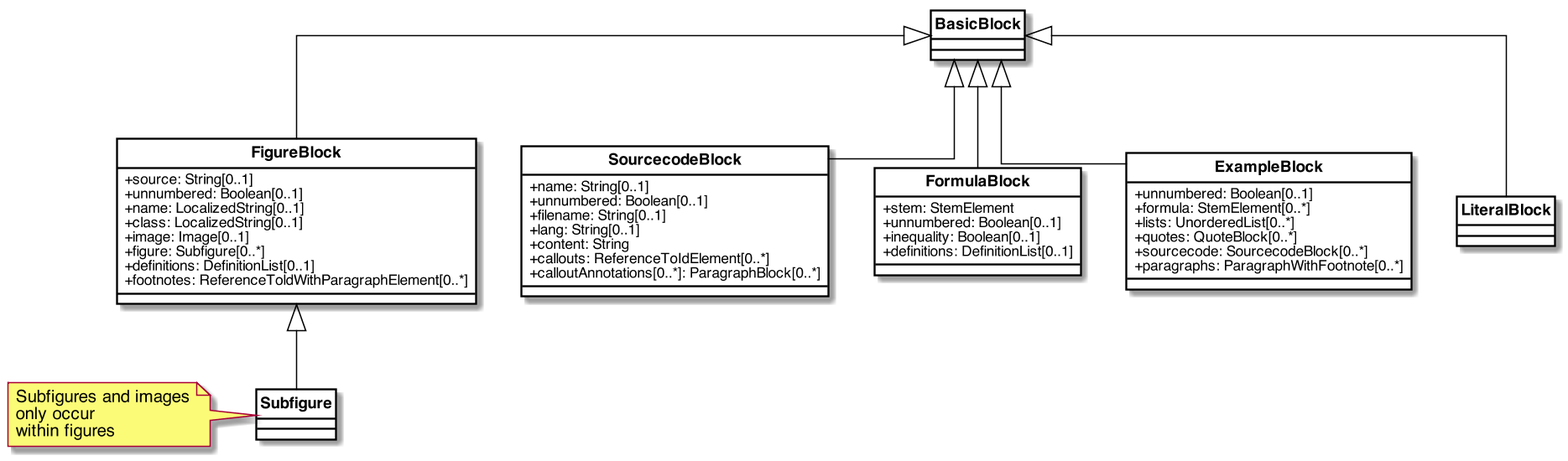
Before: images/AncillaryBlocks.png, a diagram exported from PlantUML (metanorma/basicdoc-models).
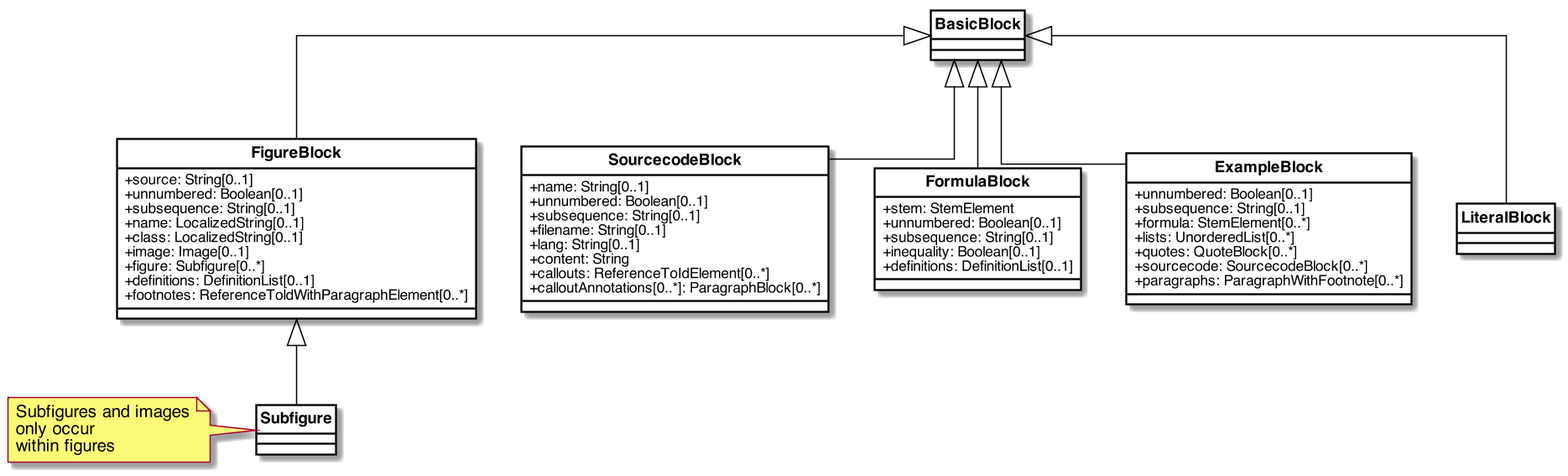
Above is the later version.

Diff of the diagram source:
```diff
@@ -46,6 +46,7 @@
 class FigureBlock{
     +source: String[0..1]
     +unnumbered: Boolean[0..1]
+    +subsequence: String[0..1]
     +name: LocalizedString[0..1]
     +class: LocalizedString[0..1]
     +image: Image[0..1]
@@ -60,6 +61,7 @@
 class SourcecodeBlock{
     +name: String[0..1]
     +unnumbered: Boolean[0..1]
+    +subsequence: String[0..1]
     +filename: String[0..1]
     +lang: String[0..1]
     +content: String
@@ -70,12 +72,14 @@
 class FormulaBlock{
     +stem: StemElement
     +unnumbered: Boolean[0..1]
+    +subsequence: String[0..1]
     +inequality: Boolean[0..1]
     +definitions: DefinitionList[0..1]
 }
 
 class ExampleBlock{
     +unnumbered: Boolean[0..1]
+    +subsequence: String[0..1]
     +formula: StemElement[0..*]
     +lists: UnorderedList[0..*]
     +quotes: QuoteBlock[0..*]
```
